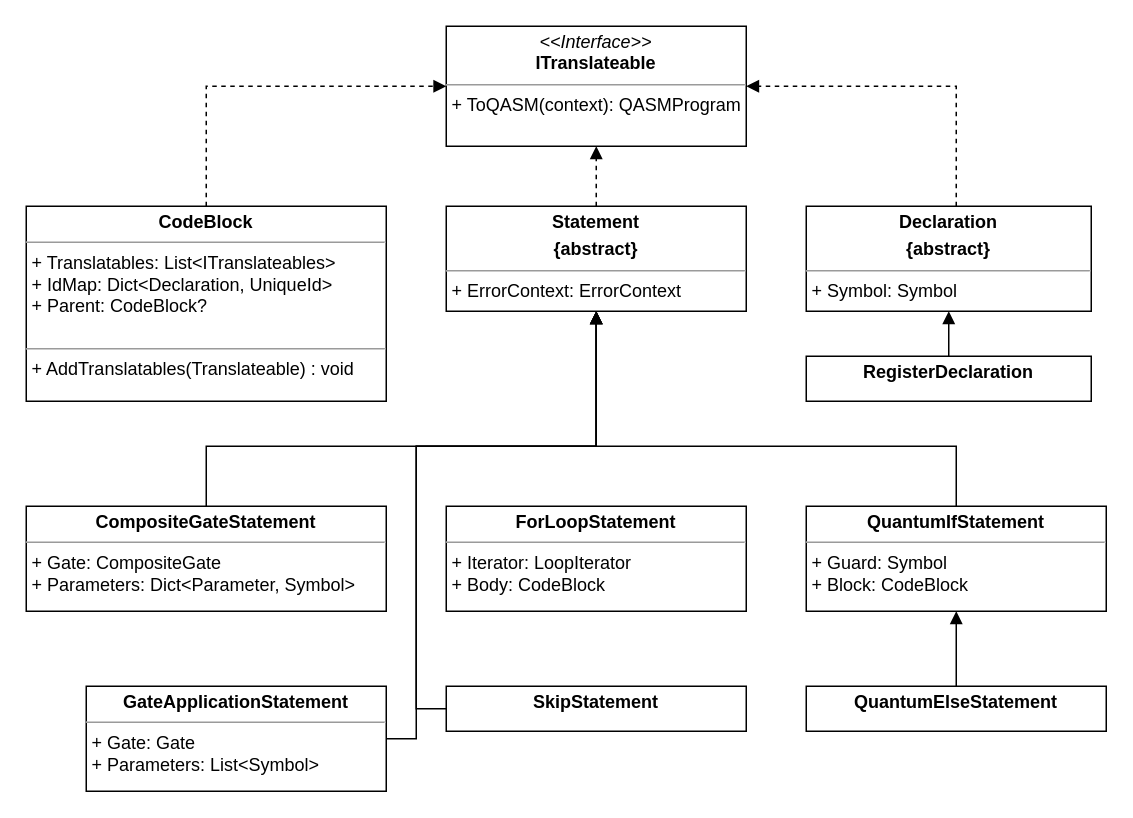
Earlier version of the draw.io diagram figures/drawio/uml_translateables.drawio (SaschaRWTH/masterthesis). Source tidied: cells renumbered, new cells numbered last; positions are measured from the earlier drawing's top-left corner, leaving out a move shared by most shapes. Both pictures are drawn from the tidied source at 150%, with x=0, y=0 at pixel (26, 26).
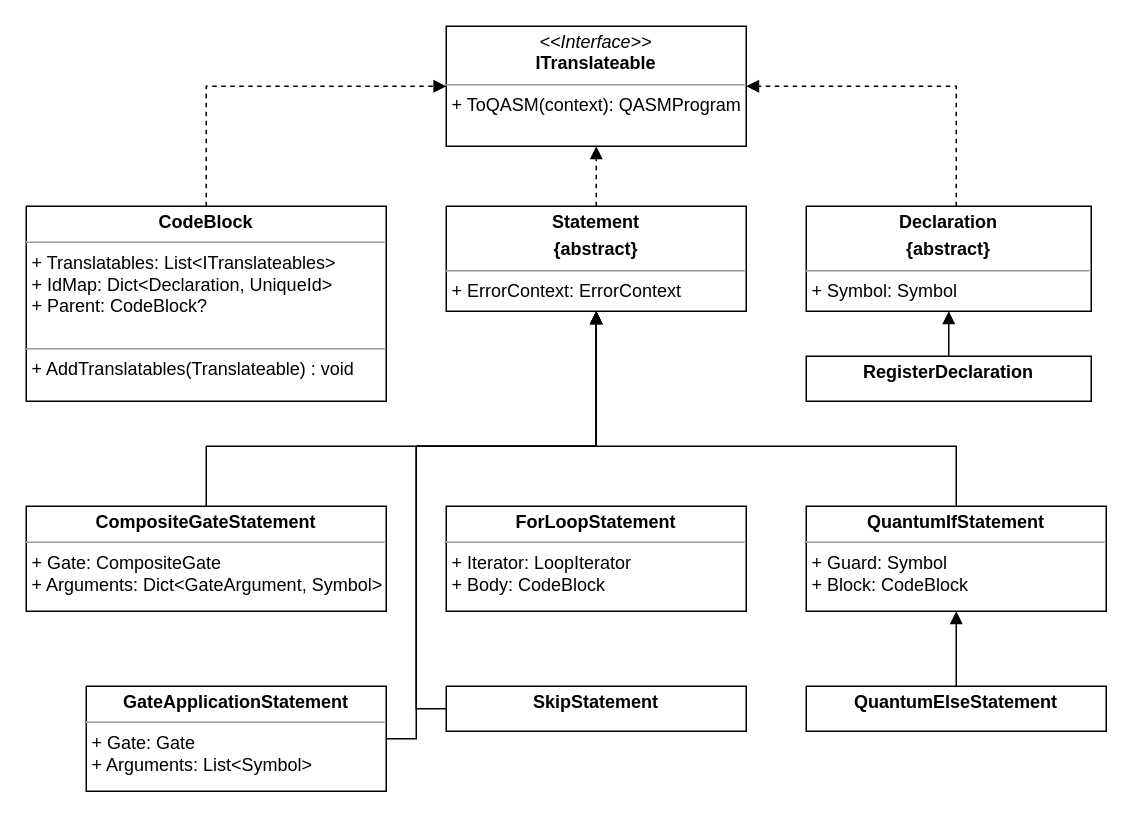
The same page after the edit.

Diff of the diagram source:
```diff
@@
-    <mxCell id="15" value="&lt;p style=&quot;margin:0px;margin-top:4px;text-align:center;&quot;&gt;&lt;b&gt;GateApplicationStatement&lt;br&gt;&lt;/b&gt;&lt;/p&gt;&lt;hr size=&quot;1&quot;&gt;&lt;p style=&quot;margin:0px;margin-left:4px;&quot;&gt;+ Gate: Gate&lt;/p&gt;&lt;p style=&quot;margin:0px;margin-left:4px;&quot;&gt;+ Parameters: List&amp;lt;Symbol&amp;gt;&lt;/p&gt;" style="verticalAlign=top;align=left;overflow=fill;fontSize=12;fontFamily=Helvetica;html=1;" parent="1" vertex="1">
+    <mxCell id="15" value="&lt;p style=&quot;margin:0px;margin-top:4px;text-align:center;&quot;&gt;&lt;b&gt;GateApplicationStatement&lt;br&gt;&lt;/b&gt;&lt;/p&gt;&lt;hr size=&quot;1&quot;&gt;&lt;p style=&quot;margin:0px;margin-left:4px;&quot;&gt;+ Gate: Gate&lt;/p&gt;&lt;p style=&quot;margin:0px;margin-left:4px;&quot;&gt;+ Arguments: List&amp;lt;Symbol&amp;gt;&lt;/p&gt;" style="verticalAlign=top;align=left;overflow=fill;fontSize=12;fontFamily=Helvetica;html=1;" parent="1" vertex="1">
       <mxGeometry x="40" y="440" width="200" height="70" as="geometry" />
     </mxCell>
@@
-    <mxCell id="21" value="&lt;p style=&quot;margin:0px;margin-top:4px;text-align:center;&quot;&gt;&lt;b&gt;CompositeGateStatement&lt;br&gt;&lt;/b&gt;&lt;/p&gt;&lt;hr size=&quot;1&quot;&gt;&lt;p style=&quot;margin:0px;margin-left:4px;&quot;&gt;+ Gate: CompositeGate&lt;/p&gt;&lt;p style=&quot;margin:0px;margin-left:4px;&quot;&gt;+ Parameters: Dict&amp;lt;Parameter, Symbol&amp;gt;&lt;/p&gt;" style="verticalAlign=top;align=left;overflow=fill;fontSize=12;fontFamily=Helvetica;html=1;" parent="1" vertex="1">
+    <mxCell id="21" value="&lt;p style=&quot;margin:0px;margin-top:4px;text-align:center;&quot;&gt;&lt;b&gt;CompositeGateStatement&lt;br&gt;&lt;/b&gt;&lt;/p&gt;&lt;hr size=&quot;1&quot;&gt;&lt;p style=&quot;margin:0px;margin-left:4px;&quot;&gt;+ Gate: CompositeGate&lt;/p&gt;&lt;p style=&quot;margin:0px;margin-left:4px;&quot;&gt;+ Arguments: Dict&amp;lt;GateArgument, Symbol&amp;gt;&lt;/p&gt;" style="verticalAlign=top;align=left;overflow=fill;fontSize=12;fontFamily=Helvetica;html=1;" parent="1" vertex="1">
       <mxGeometry y="320" width="240" height="70" as="geometry" />
     </mxCell>
```
